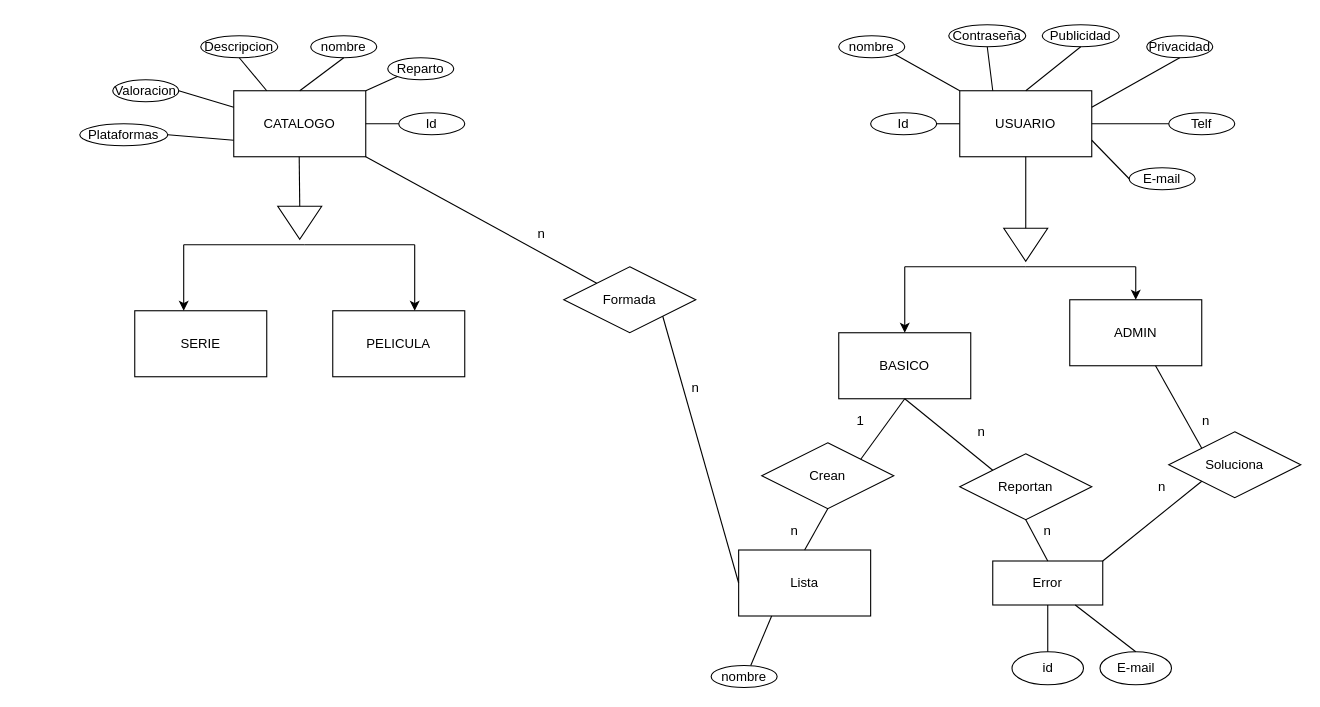
Earlier version of the draw.io diagram BBDD/S&FHub.drawio (Jorge-Pomo/S-F-Hub). Source tidied: cells renumbered, new cells numbered last; positions are measured from the earlier drawing's top-left corner, leaving out a move shared by most shapes. Both pictures are drawn from the tidied source at 110%, with x=0, y=0 at pixel (79, 24).
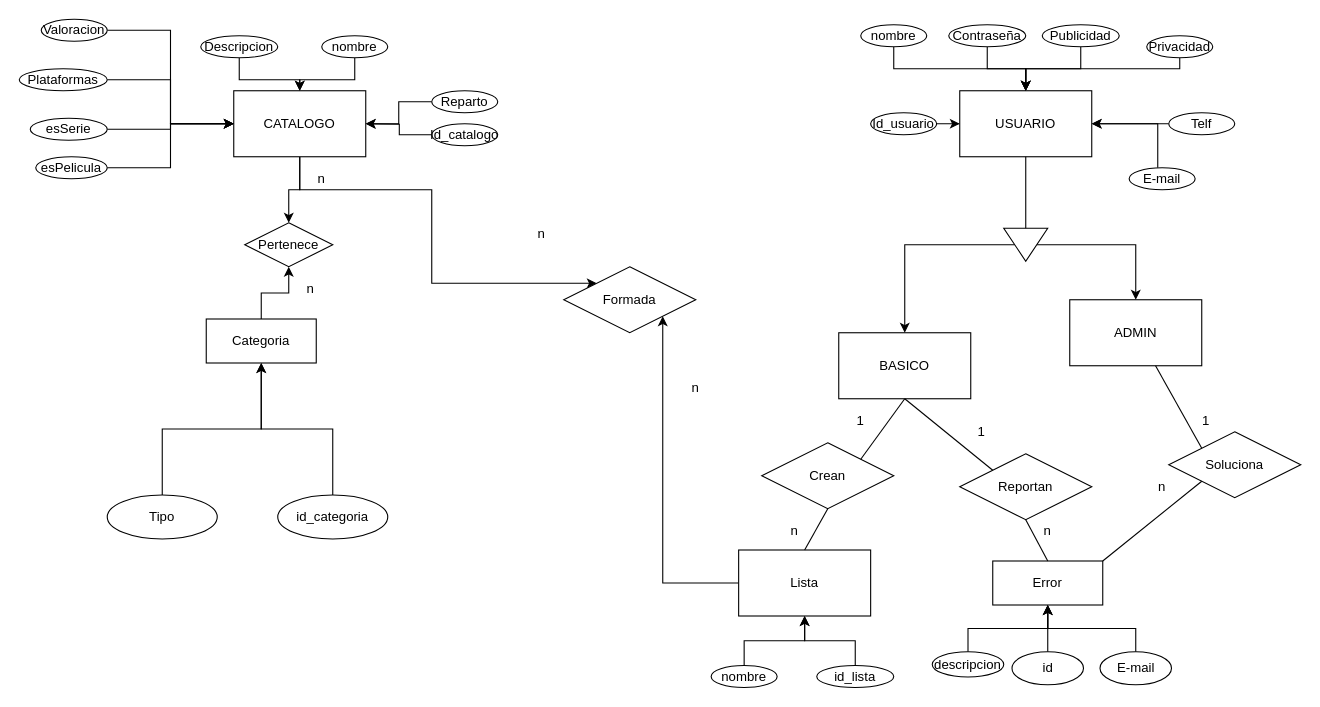
The same page after the edit.

Unchanged cells that the change refers to:
```xml
<mxCell id="2" value="USUARIO" style="rounded=0;whiteSpace=wrap;html=1;" parent="1" vertex="1">
  <mxGeometry x="800" y="60" width="120" height="60" as="geometry" />
</mxCell>
<mxCell id="4" value="E-mail" style="ellipse;whiteSpace=wrap;html=1;" parent="1" vertex="1">
  <mxGeometry x="954" y="130" width="60" height="20" as="geometry" />
</mxCell>
<mxCell id="5" value="Contraseña" style="ellipse;whiteSpace=wrap;html=1;" parent="1" vertex="1">
  <mxGeometry x="790" width="70" height="20" as="geometry" />
</mxCell>
<mxCell id="6" value="CATALOGO" style="rounded=0;whiteSpace=wrap;html=1;" parent="1" vertex="1">
  <mxGeometry x="140" y="60" width="120" height="60" as="geometry" />
</mxCell>
<mxCell id="7" value="Lista" style="rounded=0;whiteSpace=wrap;html=1;" parent="1" vertex="1">
  <mxGeometry x="599" y="477.5" width="120" height="60" as="geometry" />
</mxCell>
<mxCell id="12" value="Descripcion" style="ellipse;whiteSpace=wrap;html=1;" parent="1" vertex="1">
  <mxGeometry x="110" y="10" width="70" height="20" as="geometry" />
</mxCell>
<mxCell id="13" value="nombre" style="ellipse;whiteSpace=wrap;html=1;" parent="1" vertex="1">
  <mxGeometry x="574" y="582.5" width="60" height="20" as="geometry" />
</mxCell>
<mxCell id="14" value="Privacidad" style="ellipse;whiteSpace=wrap;html=1;" parent="1" vertex="1">
  <mxGeometry x="970" y="10" width="60" height="20" as="geometry" />
</mxCell>
<mxCell id="15" value="Publicidad" style="ellipse;whiteSpace=wrap;html=1;" parent="1" vertex="1">
  <mxGeometry x="875" width="70" height="20" as="geometry" />
</mxCell>
<mxCell id="16" value="Telf" style="ellipse;whiteSpace=wrap;html=1;" parent="1" vertex="1">
  <mxGeometry x="990" y="80" width="60" height="20" as="geometry" />
</mxCell>
<mxCell id="25" value="BASICO" style="rounded=0;whiteSpace=wrap;html=1;" parent="1" vertex="1">
  <mxGeometry x="690" y="280" width="120" height="60" as="geometry" />
</mxCell>
<mxCell id="26" value="ADMIN" style="rounded=0;whiteSpace=wrap;html=1;" parent="1" vertex="1">
  <mxGeometry x="900" y="250" width="120" height="60" as="geometry" />
</mxCell>
<mxCell id="32" style="triangle;whiteSpace=wrap;html=1;rotation=90;" parent="1" vertex="1">
  <mxGeometry x="845" y="180" width="30" height="40" as="geometry" />
</mxCell>
<mxCell id="41" value="id" style="ellipse;whiteSpace=wrap;html=1;align=center;" parent="1" vertex="1">
  <mxGeometry x="847.5" y="570" width="65" height="30" as="geometry" />
</mxCell>
<mxCell id="49" value="Error" style="whiteSpace=wrap;html=1;align=center;" parent="1" vertex="1">
  <mxGeometry x="830" y="487.5" width="100" height="40" as="geometry" />
</mxCell>
<mxCell id="52" value="Formada" style="shape=rhombus;perimeter=rhombusPerimeter;whiteSpace=wrap;html=1;align=center;" parent="1" vertex="1">
  <mxGeometry x="440" y="220" width="120" height="60" as="geometry" />
</mxCell>
<mxCell id="56" value="E-mail" style="ellipse;whiteSpace=wrap;html=1;align=center;" parent="1" vertex="1">
  <mxGeometry x="927.5" y="570" width="65" height="30" as="geometry" />
</mxCell>
```

Change to the diagram source:
```diff
@@
+    <mxCell id="17" style="edgeStyle=orthogonalEdgeStyle;rounded=0;jettySize=auto;html=1;entryX=0.5;entryY=0;entryDx=0;entryDy=0;" parent="1" edge="1" source="3" target="2">
+      <mxGeometry relative="1" as="geometry">
+        <Array as="points">
+          <mxPoint x="740" y="40" />
+          <mxPoint x="860" y="40" />
+        </Array>
+      </mxGeometry>
+    </mxCell>
     <mxCell id="3" value="nombre" style="ellipse;whiteSpace=wrap;html=1;" parent="1" vertex="1">
-      <mxGeometry x="690" y="10" width="60" height="20" as="geometry" />
+      <mxGeometry x="710" width="60" height="20" as="geometry" />
     </mxCell>
+    <mxCell id="43" style="edgeStyle=orthogonalEdgeStyle;rounded=0;jettySize=auto;html=1;entryX=1;entryY=0.5;entryDx=0;entryDy=0;" parent="1" edge="1" source="4" target="2">
+      <mxGeometry relative="1" as="geometry">
+        <Array as="points">
+          <mxPoint x="980" y="90" />
+        </Array>
+      </mxGeometry>
+    </mxCell>
@@
+    <mxCell id="19" style="edgeStyle=orthogonalEdgeStyle;rounded=0;jettySize=auto;html=1;entryX=0.5;entryY=0;entryDx=0;entryDy=0;" parent="1" edge="1" source="5" target="2">
+      <mxGeometry relative="1" as="geometry" />
+    </mxCell>
@@
+    <mxCell id="75" style="edgeStyle=orthogonalEdgeStyle;rounded=0;jettySize=auto;html=1;entryX=0.5;entryY=0;entryDx=0;entryDy=0;" parent="1" edge="1" source="6" target="93">
+      <mxGeometry relative="1" as="geometry" />
+    </mxCell>
+    <mxCell id="58" style="edgeStyle=orthogonalEdgeStyle;rounded=0;jettySize=auto;html=1;entryX=0;entryY=0;entryDx=0;entryDy=0;" parent="1" edge="1" source="6" target="52">
+      <mxGeometry relative="1" as="geometry">
+        <Array as="points">
+          <mxPoint x="200" y="150" />
+          <mxPoint x="320" y="150" />
+          <mxPoint x="320" y="235" />
+        </Array>
+      </mxGeometry>
+    </mxCell>
@@
+    <mxCell id="59" style="edgeStyle=orthogonalEdgeStyle;rounded=0;jettySize=auto;html=1;entryX=1;entryY=1;entryDx=0;entryDy=0;" parent="1" edge="1" source="7" target="52">
+      <mxGeometry relative="1" as="geometry" />
+    </mxCell>
@@
+    <mxCell id="54" style="edgeStyle=orthogonalEdgeStyle;rounded=0;jettySize=auto;html=1;entryX=0;entryY=0.5;entryDx=0;entryDy=0;" parent="1" edge="1" source="8" target="6">
+      <mxGeometry relative="1" as="geometry" />
+    </mxCell>
     <mxCell id="8" value="Plataformas" style="ellipse;whiteSpace=wrap;html=1;" parent="1" vertex="1">
-      <mxGeometry y="90" width="80" height="20" as="geometry" />
+      <mxGeometry x="-55" y="40" width="80" height="20" as="geometry" />
     </mxCell>
+    <mxCell id="76" style="edgeStyle=orthogonalEdgeStyle;rounded=0;jettySize=auto;html=1;entryX=0;entryY=0.5;entryDx=0;entryDy=0;" parent="1" edge="1" source="9" target="6">
+      <mxGeometry relative="1" as="geometry" />
+    </mxCell>
     <mxCell id="9" value="Valoracion" style="ellipse;whiteSpace=wrap;html=1;" parent="1" vertex="1">
-      <mxGeometry x="30" y="50" width="60" height="20" as="geometry" />
+      <mxGeometry x="-35" y="-5" width="60" height="20" as="geometry" />
     </mxCell>
+    <mxCell id="22" style="edgeStyle=orthogonalEdgeStyle;rounded=0;jettySize=auto;html=1;entryX=1;entryY=0.5;entryDx=0;entryDy=0;" parent="1" edge="1" source="10" target="6">
+      <mxGeometry relative="1" as="geometry" />
+    </mxCell>
     <mxCell id="10" value="Reparto" style="ellipse;whiteSpace=wrap;html=1;" parent="1" vertex="1">
-      <mxGeometry x="280" y="30" width="60" height="20" as="geometry" />
+      <mxGeometry x="320" y="60" width="60" height="20" as="geometry" />
     </mxCell>
+    <mxCell id="23" style="edgeStyle=orthogonalEdgeStyle;rounded=0;jettySize=auto;html=1;entryX=0.5;entryY=0;entryDx=0;entryDy=0;exitX=0.5;exitY=1;exitDx=0;exitDy=0;" parent="1" edge="1" source="11" target="6">
+      <mxGeometry relative="1" as="geometry">
+        <Array as="points">
+          <mxPoint x="250" y="50" />
+          <mxPoint x="200" y="50" />
+        </Array>
+      </mxGeometry>
+    </mxCell>
     <mxCell id="11" value="nombre" style="ellipse;whiteSpace=wrap;html=1;" parent="1" vertex="1">
-      <mxGeometry x="210" y="10" width="60" height="20" as="geometry" />
+      <mxGeometry x="220" y="10" width="60" height="20" as="geometry" />
     </mxCell>
+    <mxCell id="21" style="edgeStyle=orthogonalEdgeStyle;rounded=0;jettySize=auto;html=1;entryX=0.5;entryY=0;entryDx=0;entryDy=0;" parent="1" edge="1" source="12" target="6">
+      <mxGeometry relative="1" as="geometry" />
+    </mxCell>
@@
+    <mxCell id="77" style="edgeStyle=orthogonalEdgeStyle;rounded=0;jettySize=auto;html=1;entryX=0.5;entryY=1;entryDx=0;entryDy=0;" parent="1" edge="1" source="13" target="7">
+      <mxGeometry relative="1" as="geometry" />
+    </mxCell>
@@
+    <mxCell id="44" style="edgeStyle=orthogonalEdgeStyle;rounded=0;jettySize=auto;html=1;entryX=0.5;entryY=0;entryDx=0;entryDy=0;" parent="1" edge="1" source="14" target="2">
+      <mxGeometry relative="1" as="geometry">
+        <Array as="points">
+          <mxPoint x="1000" y="40" />
+          <mxPoint x="860" y="40" />
+        </Array>
+      </mxGeometry>
+    </mxCell>
@@
+    <mxCell id="18" style="edgeStyle=orthogonalEdgeStyle;rounded=0;jettySize=auto;html=1;entryX=0.5;entryY=0;entryDx=0;entryDy=0;" parent="1" edge="1" source="15" target="2">
+      <mxGeometry relative="1" as="geometry" />
+    </mxCell>
@@
+    <mxCell id="55" style="edgeStyle=orthogonalEdgeStyle;rounded=0;jettySize=auto;html=1;entryX=1;entryY=0.5;entryDx=0;entryDy=0;" parent="1" edge="1" source="16" target="2">
+      <mxGeometry relative="1" as="geometry" />
+    </mxCell>
@@
-    <mxCell id="17" style="endArrow=none;html=1;exitX=1;exitY=1;exitDx=0;exitDy=0;entryX=0;entryY=0;entryDx=0;entryDy=0;" parent="1" edge="1" source="3" target="2">
-      <mxGeometry relative="1" as="geometry" />
-    </mxCell>
-    <mxCell id="18" style="endArrow=none;html=1;exitX=0.5;exitY=1;exitDx=0;exitDy=0;entryX=0.5;entryY=0;entryDx=0;entryDy=0;" parent="1" edge="1" source="15" target="2">
-      <mxGeometry relative="1" as="geometry" />
-    </mxCell>
-    <mxCell id="19" style="endArrow=none;html=1;exitX=0.5;exitY=1;exitDx=0;exitDy=0;entryX=0.25;entryY=0;entryDx=0;entryDy=0;" parent="1" edge="1" source="5" target="2">
-      <mxGeometry relative="1" as="geometry" />
-    </mxCell>
@@
-    <mxCell id="21" style="endArrow=none;html=1;exitX=0.5;exitY=1;exitDx=0;exitDy=0;entryX=0.25;entryY=0;entryDx=0;entryDy=0;" parent="1" edge="1" source="12" target="6">
-      <mxGeometry relative="1" as="geometry" />
-    </mxCell>
-    <mxCell id="22" style="endArrow=none;html=1;exitX=0;exitY=1;exitDx=0;exitDy=0;entryX=1;entryY=0;entryDx=0;entryDy=0;" parent="1" edge="1" source="10" target="6">
-      <mxGeometry relative="1" as="geometry" />
-    </mxCell>
-    <mxCell id="23" style="endArrow=none;html=1;exitX=0.5;exitY=1;exitDx=0;exitDy=0;entryX=0.5;entryY=0;entryDx=0;entryDy=0;" parent="1" edge="1" source="11" target="6">
-      <mxGeometry relative="1" as="geometry" />
-    </mxCell>
-    <mxCell id="24" style="endArrow=none;html=1;exitX=0.5;exitY=0;exitDx=0;exitDy=0;entryX=0.25;entryY=1;entryDx=0;entryDy=0;" parent="1" edge="1" target="7">
-      <mxGeometry relative="1" as="geometry">
-        <mxPoint x="610" y="582.5" as="sourcePoint" />
-      </mxGeometry>
-    </mxCell>
@@
-    <mxCell id="28" style="endArrow=classic;html=1;entryX=0.5;entryY=0;entryDx=0;entryDy=0;" parent="1" edge="1" target="26">
-      <mxGeometry relative="1" as="geometry">
-        <mxPoint x="960" y="220" as="sourcePoint" />
-      </mxGeometry>
-    </mxCell>
-    <mxCell id="29" style="endArrow=classic;html=1;entryX=0.5;entryY=0;entryDx=0;entryDy=0;" parent="1" edge="1" target="25">
-      <mxGeometry relative="1" as="geometry">
-        <mxPoint x="750" y="220" as="sourcePoint" />
-      </mxGeometry>
-    </mxCell>
-    <mxCell id="30" style="endArrow=none;html=1;" parent="1" edge="1">
-      <mxGeometry relative="1" as="geometry">
-        <mxPoint x="750" y="220" as="sourcePoint" />
-        <mxPoint x="860" y="220" as="targetPoint" />
-      </mxGeometry>
-    </mxCell>
-    <mxCell id="31" style="endArrow=none;html=1;" parent="1" edge="1">
-      <mxGeometry relative="1" as="geometry">
-        <mxPoint x="860" y="220" as="sourcePoint" />
-        <mxPoint x="960" y="220" as="targetPoint" />
-        <Array as="points">
-          <mxPoint x="910" y="220" />
-        </Array>
-      </mxGeometry>
-    </mxCell>
+    <mxCell id="78" style="edgeStyle=orthogonalEdgeStyle;rounded=0;jettySize=auto;html=1;entryX=0.5;entryY=0;entryDx=0;entryDy=0;" parent="1" edge="1" source="32" target="25">
+      <mxGeometry relative="1" as="geometry" />
+    </mxCell>
+    <mxCell id="79" style="edgeStyle=orthogonalEdgeStyle;rounded=0;jettySize=auto;html=1;entryX=0.5;entryY=0;entryDx=0;entryDy=0;" parent="1" edge="1" source="32" target="26">
+      <mxGeometry relative="1" as="geometry" />
+    </mxCell>
@@
-    <mxCell id="33" value="SERIE" style="rounded=0;whiteSpace=wrap;html=1;" parent="1" vertex="1">
-      <mxGeometry x="50" y="260" width="120" height="60" as="geometry" />
-    </mxCell>
-    <mxCell id="34" value="PELICULA" style="rounded=0;whiteSpace=wrap;html=1;" parent="1" vertex="1">
-      <mxGeometry x="230" y="260" width="120" height="60" as="geometry" />
-    </mxCell>
-    <mxCell id="35" style="endArrow=classic;html=1;entryX=0.5;entryY=0;entryDx=0;entryDy=0;" parent="1" edge="1">
-      <mxGeometry relative="1" as="geometry">
-        <mxPoint x="304.5" y="200" as="sourcePoint" />
-        <mxPoint x="304.5" y="260" as="targetPoint" />
-      </mxGeometry>
-    </mxCell>
-    <mxCell id="36" style="endArrow=classic;html=1;entryX=0.5;entryY=0;entryDx=0;entryDy=0;" parent="1" edge="1">
-      <mxGeometry relative="1" as="geometry">
-        <mxPoint x="94.5" y="200" as="sourcePoint" />
-        <mxPoint x="94.5" y="260" as="targetPoint" />
-      </mxGeometry>
-    </mxCell>
-    <mxCell id="37" style="endArrow=none;html=1;" parent="1" edge="1">
-      <mxGeometry relative="1" as="geometry">
-        <mxPoint x="94.5" y="200" as="sourcePoint" />
-        <mxPoint x="204.5" y="200" as="targetPoint" />
-      </mxGeometry>
-    </mxCell>
-    <mxCell id="38" style="endArrow=none;html=1;" parent="1" edge="1">
-      <mxGeometry relative="1" as="geometry">
-        <mxPoint x="204.5" y="200" as="sourcePoint" />
-        <mxPoint x="304.5" y="200" as="targetPoint" />
-        <Array as="points">
-          <mxPoint x="254.5" y="200" />
-        </Array>
-      </mxGeometry>
-    </mxCell>
-    <mxCell id="39" style="triangle;whiteSpace=wrap;html=1;rotation=90;" parent="1" vertex="1">
-      <mxGeometry x="185" y="160" width="30" height="40" as="geometry" />
-    </mxCell>
-    <mxCell id="40" style="endArrow=none;html=1;exitX=0.5;exitY=1;exitDx=0;exitDy=0;entryX=0;entryY=0.5;entryDx=0;entryDy=0;" parent="1" edge="1" target="39">
-      <mxGeometry relative="1" as="geometry">
-        <mxPoint x="199.5" y="120" as="sourcePoint" />
-      </mxGeometry>
-    </mxCell>
+    <mxCell id="80" style="edgeStyle=orthogonalEdgeStyle;rounded=0;jettySize=auto;html=1;entryX=0.5;entryY=1;entryDx=0;entryDy=0;" parent="1" edge="1" source="41" target="49">
+      <mxGeometry relative="1" as="geometry" />
+    </mxCell>
@@
-    <mxCell id="42" style="endArrow=none;html=1;exitX=0.5;exitY=0;exitDx=0;exitDy=0;entryX=0.5;entryY=1;entryDx=0;entryDy=0;" parent="1" edge="1" source="41">
-      <mxGeometry relative="1" as="geometry">
-        <mxPoint x="880" y="527.5" as="targetPoint" />
-      </mxGeometry>
-    </mxCell>
-    <mxCell id="43" style="endArrow=none;html=1;exitX=0;exitY=0.5;exitDx=0;exitDy=0;entryX=1;entryY=0.75;entryDx=0;entryDy=0;" parent="1" edge="1" source="4" target="2">
-      <mxGeometry relative="1" as="geometry" />
-    </mxCell>
-    <mxCell id="44" style="endArrow=none;html=1;exitX=0.5;exitY=1;exitDx=0;exitDy=0;entryX=1;entryY=0.25;entryDx=0;entryDy=0;" parent="1" edge="1" source="14" target="2">
-      <mxGeometry relative="1" as="geometry" />
-    </mxCell>
@@
-    <mxCell id="53" style="endArrow=none;html=1;exitX=1;exitY=0.5;exitDx=0;exitDy=0;entryX=1;entryY=0.25;entryDx=0;entryDy=0;" parent="1" edge="1" source="9">
-      <mxGeometry relative="1" as="geometry">
-        <mxPoint x="140" y="75" as="targetPoint" />
-      </mxGeometry>
-    </mxCell>
-    <mxCell id="54" style="endArrow=none;html=1;exitX=1;exitY=0.5;exitDx=0;exitDy=0;entryX=0;entryY=0.75;entryDx=0;entryDy=0;" parent="1" edge="1" source="8" target="6">
-      <mxGeometry relative="1" as="geometry" />
-    </mxCell>
-    <mxCell id="55" style="endArrow=none;html=1;entryX=1;entryY=0.5;entryDx=0;entryDy=0;exitX=0;exitY=0.5;exitDx=0;exitDy=0;" parent="1" edge="1" source="16" target="2">
-      <mxGeometry relative="1" as="geometry" />
-    </mxCell>
+    <mxCell id="57" style="edgeStyle=orthogonalEdgeStyle;rounded=0;jettySize=auto;html=1;entryX=0.5;entryY=1;entryDx=0;entryDy=0;" parent="1" edge="1" source="56" target="49">
+      <mxGeometry relative="1" as="geometry" />
+    </mxCell>
@@
-    <mxCell id="57" style="endArrow=none;html=1;exitX=0.5;exitY=0;exitDx=0;exitDy=0;entryX=0.75;entryY=1;entryDx=0;entryDy=0;" parent="1" edge="1" source="56" target="49">
-      <mxGeometry relative="1" as="geometry" />
-    </mxCell>
-    <mxCell id="58" style="endArrow=none;html=1;entryX=0;entryY=0;entryDx=0;entryDy=0;exitX=1;exitY=1;exitDx=0;exitDy=0;" parent="1" edge="1" source="6" target="52">
-      <mxGeometry relative="1" as="geometry" />
-    </mxCell>
-    <mxCell id="59" style="endArrow=none;html=1;exitX=0;exitY=0.5;exitDx=0;exitDy=0;entryX=1;entryY=1;entryDx=0;entryDy=0;" parent="1" edge="1" source="7" target="52">
-      <mxGeometry relative="1" as="geometry" />
-    </mxCell>
@@
+    <mxCell id="81" style="edgeStyle=orthogonalEdgeStyle;rounded=0;jettySize=auto;html=1;" parent="1" edge="1" source="63">
+      <mxGeometry relative="1" as="geometry">
+        <mxPoint x="260" y="90" as="targetPoint" />
+      </mxGeometry>
+    </mxCell>
-    <mxCell id="63" value="Id" style="ellipse;whiteSpace=wrap;html=1;" parent="1" vertex="1">
-      <mxGeometry x="290" y="80" width="60" height="20" as="geometry" />
+    <mxCell id="63" value="Id_catalogo" style="ellipse;whiteSpace=wrap;html=1;" parent="1" vertex="1">
+      <mxGeometry x="320" y="90" width="60" height="20" as="geometry" />
     </mxCell>
+    <mxCell id="82" style="edgeStyle=orthogonalEdgeStyle;rounded=0;jettySize=auto;html=1;entryX=0;entryY=0.5;entryDx=0;entryDy=0;" parent="1" edge="1" source="64" target="2">
+      <mxGeometry relative="1" as="geometry" />
+    </mxCell>
-    <mxCell id="64" value="Id" style="ellipse;whiteSpace=wrap;html=1;" parent="1" vertex="1">
+    <mxCell id="64" value="Id_usuario" style="ellipse;whiteSpace=wrap;html=1;" parent="1" vertex="1">
       <mxGeometry x="719" y="80" width="60" height="20" as="geometry" />
     </mxCell>
-    <mxCell id="65" style="endArrow=none;html=1;entryX=1;entryY=0.5;entryDx=0;entryDy=0;exitX=0;exitY=0.5;exitDx=0;exitDy=0;" parent="1" edge="1" source="2" target="64">
-      <mxGeometry relative="1" as="geometry" />
-    </mxCell>
-    <mxCell id="66" style="endArrow=none;html=1;exitX=1;exitY=0.5;exitDx=0;exitDy=0;entryX=0;entryY=0.5;entryDx=0;entryDy=0;" parent="1" edge="1" source="6" target="63">
-      <mxGeometry relative="1" as="geometry" />
-    </mxCell>
-    <mxCell id="67" value="n" style="text;html=1;strokeColor=none;fillColor=none;align=center;verticalAlign=middle;whiteSpace=wrap;rounded=0;" parent="1" vertex="1">
+    <mxCell id="67" value="1" style="text;html=1;strokeColor=none;fillColor=none;align=center;verticalAlign=middle;whiteSpace=wrap;rounded=0;" parent="1" vertex="1">
       <mxGeometry x="1004" y="350" width="40" height="20" as="geometry" />
     </mxCell>
@@
-    <mxCell id="70" value="n" style="text;html=1;strokeColor=none;fillColor=none;align=center;verticalAlign=middle;whiteSpace=wrap;rounded=0;" parent="1" vertex="1">
+    <mxCell id="70" value="1" style="text;html=1;strokeColor=none;fillColor=none;align=center;verticalAlign=middle;whiteSpace=wrap;rounded=0;" parent="1" vertex="1">
       <mxGeometry x="800" y="360" width="40" height="20" as="geometry" />
     </mxCell>
@@
+    <mxCell id="83" style="edgeStyle=orthogonalEdgeStyle;rounded=0;jettySize=auto;html=1;entryX=0;entryY=0.5;entryDx=0;entryDy=0;" parent="1" edge="1" source="84" target="6">
+      <mxGeometry relative="1" as="geometry" />
+    </mxCell>
+    <mxCell id="84" value="esSerie" style="ellipse;whiteSpace=wrap;html=1;align=center;" parent="1" vertex="1">
+      <mxGeometry x="-45" y="85" width="70" height="20" as="geometry" />
+    </mxCell>
+    <mxCell id="85" style="edgeStyle=orthogonalEdgeStyle;rounded=0;jettySize=auto;html=1;entryX=0;entryY=0.5;entryDx=0;entryDy=0;" parent="1" edge="1" source="86" target="6">
+      <mxGeometry relative="1" as="geometry" />
+    </mxCell>
+    <mxCell id="86" value="esPelicula" style="ellipse;whiteSpace=wrap;html=1;align=center;" parent="1" vertex="1">
+      <mxGeometry x="-40" y="120" width="65" height="20" as="geometry" />
+    </mxCell>
+    <mxCell id="87" style="edgeStyle=orthogonalEdgeStyle;rounded=0;jettySize=auto;html=1;entryX=0.5;entryY=1;entryDx=0;entryDy=0;" parent="1" edge="1" source="88" target="93">
+      <mxGeometry relative="1" as="geometry" />
+    </mxCell>
+    <mxCell id="88" value="Categoria" style="whiteSpace=wrap;html=1;align=center;" parent="1" vertex="1">
+      <mxGeometry x="115" y="267.5" width="100" height="40" as="geometry" />
+    </mxCell>
+    <mxCell id="89" style="edgeStyle=orthogonalEdgeStyle;rounded=0;jettySize=auto;html=1;entryX=0.5;entryY=1;entryDx=0;entryDy=0;" parent="1" edge="1" source="90" target="88">
+      <mxGeometry relative="1" as="geometry" />
+    </mxCell>
+    <mxCell id="90" value="Tipo" style="ellipse;whiteSpace=wrap;html=1;align=center;" parent="1" vertex="1">
+      <mxGeometry x="25" y="427.5" width="100" height="40" as="geometry" />
+    </mxCell>
+    <mxCell id="91" style="edgeStyle=orthogonalEdgeStyle;rounded=0;jettySize=auto;html=1;entryX=0.5;entryY=1;entryDx=0;entryDy=0;" parent="1" edge="1" source="92" target="88">
+      <mxGeometry relative="1" as="geometry" />
+    </mxCell>
+    <mxCell id="92" value="id_categoria" style="ellipse;whiteSpace=wrap;html=1;align=center;" parent="1" vertex="1">
+      <mxGeometry x="180" y="427.5" width="100" height="40" as="geometry" />
+    </mxCell>
+    <mxCell id="93" value="Pertenece" style="shape=rhombus;perimeter=rhombusPerimeter;whiteSpace=wrap;html=1;align=center;" parent="1" vertex="1">
+      <mxGeometry x="150" y="180" width="80" height="40" as="geometry" />
+    </mxCell>
+    <mxCell id="94" value="n" style="text;html=1;strokeColor=none;fillColor=none;align=center;verticalAlign=middle;whiteSpace=wrap;rounded=0;" parent="1" vertex="1">
+      <mxGeometry x="200" y="130" width="40" height="20" as="geometry" />
+    </mxCell>
+    <mxCell id="95" value="n" style="text;html=1;strokeColor=none;fillColor=none;align=center;verticalAlign=middle;whiteSpace=wrap;rounded=0;" parent="1" vertex="1">
+      <mxGeometry x="190" y="230" width="40" height="20" as="geometry" />
+    </mxCell>
+    <mxCell id="96" style="edgeStyle=orthogonalEdgeStyle;rounded=0;jettySize=auto;html=1;entryX=0.5;entryY=1;entryDx=0;entryDy=0;" parent="1" edge="1" source="97" target="7">
+      <mxGeometry relative="1" as="geometry" />
+    </mxCell>
+    <mxCell id="97" value="id_lista" style="ellipse;whiteSpace=wrap;html=1;align=center;" parent="1" vertex="1">
+      <mxGeometry x="670" y="582.5" width="70" height="20" as="geometry" />
+    </mxCell>
+    <mxCell id="98" style="edgeStyle=orthogonalEdgeStyle;rounded=0;jettySize=auto;html=1;entryX=0.5;entryY=1;entryDx=0;entryDy=0;" parent="1" edge="1" source="99" target="49">
+      <mxGeometry relative="1" as="geometry" />
+    </mxCell>
+    <mxCell id="99" value="descripcion" style="ellipse;whiteSpace=wrap;html=1;align=center;" parent="1" vertex="1">
+      <mxGeometry x="775" y="570" width="65" height="23" as="geometry" />
+    </mxCell>
```
